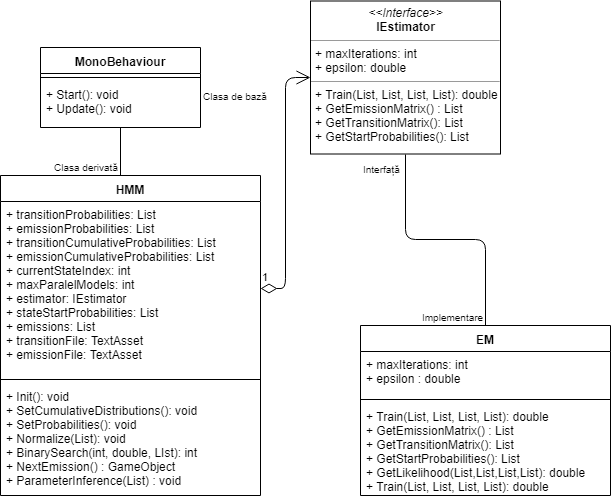
Before: images/HMM.png, a diagram exported from draw.io (loghinalexandru/Licenta). Source tidied: cells renumbered, new cells last; positions are measured from the earlier drawing's top-left corner, leaving out a move shared by most shapes.
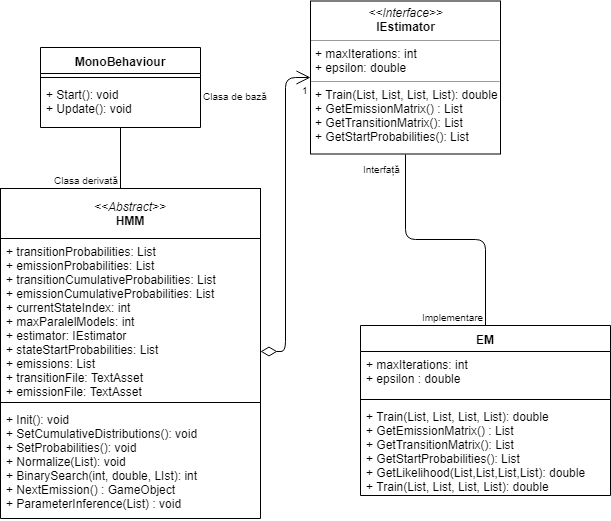
The same file after the commit.

Change to the diagram source:
```diff
@@ -2,24 +2,24 @@
   <root>
     <mxCell id="0" />
     <mxCell id="1" parent="0" />
-    <mxCell id="2" value="HMM&#10;&#10;" style="swimlane;fontStyle=1;align=center;verticalAlign=top;horizontal=1;startSize=26;" parent="1" vertex="1">
-      <mxGeometry y="174" width="260" height="320" as="geometry" />
+    <mxCell id="2" style="swimlane;fontStyle=2;align=center;verticalAlign=top;horizontal=1;startSize=0;" parent="1" vertex="1">
+      <mxGeometry y="187" width="260" height="330" as="geometry" />
     </mxCell>
+    <mxCell id="21" value="&lt;i&gt;&amp;lt;&amp;lt;Abstract&amp;gt;&amp;gt;&lt;/i&gt;&lt;br&gt;&lt;b&gt;HMM&lt;/b&gt;&lt;br&gt;" style="html=1;" parent="2" vertex="1">
+      <mxGeometry width="260" height="50" as="geometry" />
+    </mxCell>
     <mxCell id="3" value="+ transitionProbabilities: List&#10;+ emissionProbabilities: List&#10;+ transitionCumulativeProbabilities: List&#10;+ emissionCumulativeProbabilities: List&#10;+ currentStateIndex: int&#10;+ maxParalelModels: int&#10;+ estimator: IEstimator&#10;+ stateStartProbabilities: List&#10;+ emissions: List&#10;+ transitionFile: TextAsset&#10;+ emissionFile: TextAsset&#10;" style="text;strokeColor=none;fillColor=none;align=left;verticalAlign=top;spacingLeft=4;spacingRight=4;overflow=hidden;points=[[0,0.5],[1,0.5]];portConstraint=eastwest;" parent="2" vertex="1">
-      <mxGeometry y="26" width="260" height="174" as="geometry" />
+      <mxGeometry y="50" width="260" height="160" as="geometry" />
     </mxCell>
     <mxCell id="4" style="line;strokeWidth=1;fillColor=none;align=left;verticalAlign=middle;spacingTop=-1;spacingLeft=3;spacingRight=3;labelPosition=right;" parent="2" vertex="1">
-      <mxGeometry y="200" width="260" height="8" as="geometry" />
+      <mxGeometry y="210" width="260" height="8" as="geometry" />
     </mxCell>
     <mxCell id="5" value="+ Init(): void&#10;+ SetCumulativeDistributions(): void&#10;+ SetProbabilities(): void&#10;+ Normalize(List): void&#10;+ BinarySearch(int, double, LIst): int&#10;+ NextEmission() : GameObject&#10;+ ParameterInference(List) : void&#10;" style="text;strokeColor=none;fillColor=none;align=left;verticalAlign=top;spacingLeft=4;spacingRight=4;overflow=hidden;" parent="2" vertex="1">
-      <mxGeometry y="208" width="260" height="112" as="geometry" />
+      <mxGeometry y="218" width="260" height="112" as="geometry" />
     </mxCell>
     <mxCell id="6" value="&lt;p style=&quot;margin: 0px ; margin-top: 4px ; text-align: center&quot;&gt;&lt;i&gt;&amp;lt;&amp;lt;Interface&amp;gt;&amp;gt;&lt;/i&gt;&lt;br&gt;&lt;b&gt;IEstimator&lt;/b&gt;&lt;/p&gt;&lt;hr size=&quot;1&quot;&gt;&lt;p style=&quot;margin: 0px ; margin-left: 4px&quot;&gt;+ maxIterations: int&lt;br&gt;+ epsilon: double&lt;/p&gt;&lt;hr size=&quot;1&quot;&gt;&lt;p style=&quot;margin: 0px ; margin-left: 4px&quot;&gt;+ Train(List, List, List, List): double&lt;br&gt;+ GetEmissionMatrix() : List&lt;/p&gt;&lt;p style=&quot;margin: 0px ; margin-left: 4px&quot;&gt;+ GetTransitionMatrix(): List&lt;/p&gt;&lt;p style=&quot;margin: 0px ; margin-left: 4px&quot;&gt;+ GetStartProbabilities(): List&lt;/p&gt;" style="verticalAlign=top;align=left;overflow=fill;fontSize=12;fontFamily=Helvetica;html=1;" parent="1" vertex="1">
       <mxGeometry x="310" y="-0.5" width="190" height="153" as="geometry" />
     </mxCell>
-    <mxCell id="7" value="1" style="endArrow=open;html=1;endSize=12;startArrow=diamondThin;startSize=14;startFill=0;edgeStyle=orthogonalEdgeStyle;align=left;verticalAlign=bottom;entryX=0;entryY=0.5;entryDx=0;entryDy=0;" parent="1" edge="1" source="3" target="6">
-      <mxGeometry x="-1" y="3" relative="1" as="geometry" />
-    </mxCell>
     <mxCell id="8" style="endArrow=none;html=1;edgeStyle=orthogonalEdgeStyle;exitX=0.5;exitY=1;exitDx=0;exitDy=0;" parent="1" edge="1" source="6" target="11">
       <mxGeometry relative="1" as="geometry" />
     </mxCell>
@@ -68,5 +68,14 @@
     <mxCell id="20" value="Clasa derivată" style="html=1;align=right;verticalAlign=bottom;labelBackgroundColor=#ffffff;fontSize=10;" parent="18" vertex="1">
       <mxGeometry x="1" relative="1" as="geometry" />
     </mxCell>
+    <mxCell id="22" style="endArrow=open;html=1;endSize=12;startArrow=diamondThin;startSize=14;startFill=0;edgeStyle=orthogonalEdgeStyle;exitX=1;exitY=0.706;exitDx=0;exitDy=0;exitPerimeter=0;entryX=0;entryY=0.5;entryDx=0;entryDy=0;" parent="1" edge="1" source="3" target="6">
+      <mxGeometry relative="1" as="geometry" />
+    </mxCell>
+    <mxCell id="23" style="html=1;align=left;verticalAlign=top;labelBackgroundColor=#ffffff;fontSize=10;" parent="22" vertex="1">
+      <mxGeometry x="-1" relative="1" as="geometry" />
+    </mxCell>
+    <mxCell id="7" value="1" style="html=1;align=right;verticalAlign=top;labelBackgroundColor=#ffffff;fontSize=10;" parent="22" vertex="1">
+      <mxGeometry x="1" relative="1" as="geometry" />
+    </mxCell>
   </root>
 </mxGraphModel>
```
